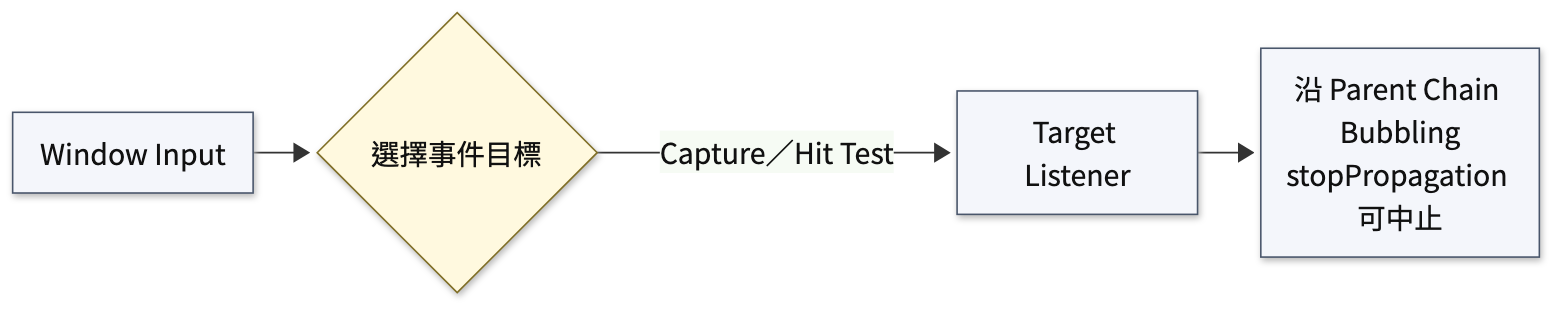
Above: docs/figures/ch03_event-propagation.png in YuanOwO/CG-hw1-paint (Mermaid), before the change. Its source is kept beside it as docs/figures-src/ch03_event-propagation.mmd. Source of this version:
```mermaid
flowchart LR
    input[Window Input] --> select{選擇事件目標}
    select -- Capture／Hit Test --> listener[Target Listener]
    listener --> bubble[沿 Parent Chain Bubbling<br/>stopPropagation 可中止]

    classDef step fill:#f4f6fb,stroke:#49566b,color:#111,stroke-width:1px;
    classDef decision fill:#fff9df,stroke:#806f27,color:#111,stroke-width:1px;
    class input,listener,bubble step;
    class select decision;
```
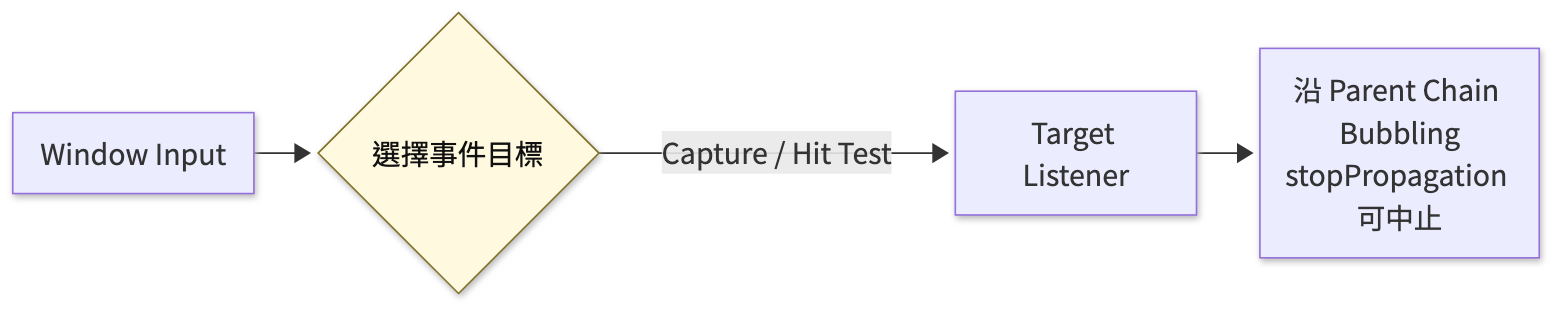
The same diagram one commit later.

Diff of the diagram source:
```diff
@@ -1,9 +1,8 @@
 flowchart LR
     input[Window Input] --> select{選擇事件目標}
-    select -- Capture／Hit Test --> listener[Target Listener]
+    select -- Capture / Hit Test --> listener[Target Listener]
     listener --> bubble[沿 Parent Chain Bubbling<br/>stopPropagation 可中止]
 
-    classDef step fill:#f4f6fb,stroke:#49566b,color:#111,stroke-width:1px;
+
     classDef decision fill:#fff9df,stroke:#806f27,color:#111,stroke-width:1px;
-    class input,listener,bubble step;
     class select decision;
```
